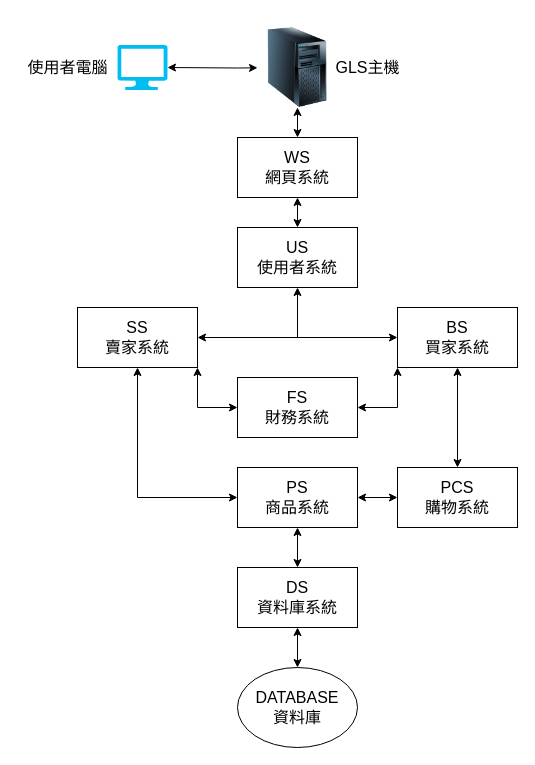
Before: page "System Architecture Diagram" (1 of 3) of DBMS.drawio in 13urgerKing/109-1DBMS, a draw.io diagram. Source tidied: cells renumbered, new cells numbered last; positions are measured from the earlier drawing's top-left corner, leaving out a move shared by most shapes. Both pictures are drawn from the tidied source at 100%, with x=0, y=0 at pixel (17, 27).
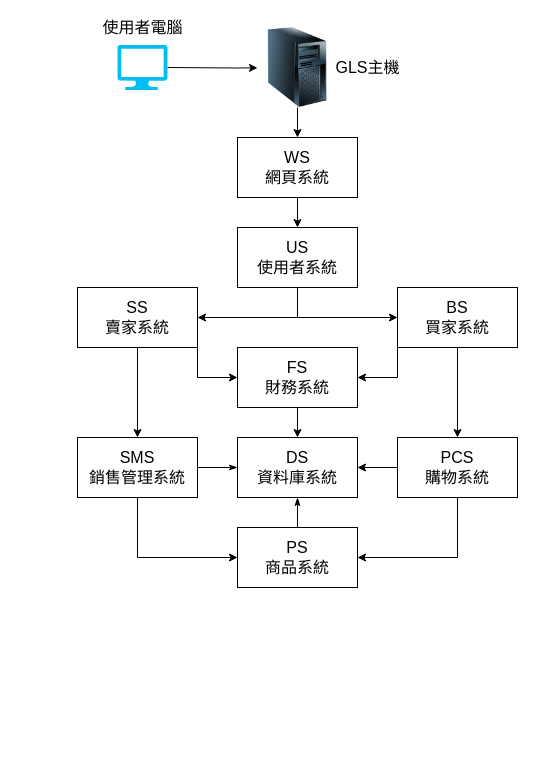
The same diagram, later.

Unchanged cells that the change refers to:
```xml
<mxCell id="3" style="verticalLabelPosition=bottom;html=1;verticalAlign=top;align=center;strokeColor=none;fillColor=#00BEF2;shape=mxgraph.azure.computer;" parent="1" vertex="1">
  <mxGeometry x="100" y="17.5" width="50" height="45" as="geometry" />
</mxCell>
<mxCell id="5" style="image;html=1;image=img/lib/clip_art/computers/Server_Tower_128x128.png;" parent="1" vertex="1">
  <mxGeometry x="240" width="80" height="80" as="geometry" />
</mxCell>
<mxCell id="9" value="US&lt;br&gt;使用者系統" style="rounded=0;whiteSpace=wrap;html=1;fontSize=16;" parent="1" vertex="1">
  <mxGeometry x="220" y="200" width="120" height="60" as="geometry" />
</mxCell>
<mxCell id="17" value="WS&lt;br&gt;網頁系統" style="rounded=0;whiteSpace=wrap;html=1;fontSize=16;" parent="1" vertex="1">
  <mxGeometry x="220" y="110" width="120" height="60" as="geometry" />
</mxCell>
```

Diff of the diagram source:
```diff
@@
-    <mxCell id="2" style="edgeStyle=none;rounded=0;jettySize=auto;html=1;exitX=1;exitY=0.5;exitDx=0;exitDy=0;exitPerimeter=0;fontSize=16;endArrow=classic;endFill=1;startArrow=classic;startFill=1;" parent="1" edge="1" source="3" target="5">
+    <mxCell id="2" style="edgeStyle=none;rounded=0;jettySize=auto;html=1;exitX=1;exitY=0.5;exitDx=0;exitDy=0;exitPerimeter=0;fontSize=16;endArrow=classic;endFill=1;startArrow=none;startFill=0;" parent="1" edge="1" source="3" target="5">
       <mxGeometry relative="1" as="geometry">
         <Array as="points">
           <mxPoint x="220" y="40.5" />
         </Array>
       </mxGeometry>
     </mxCell>
@@
-    <mxCell id="4" style="edgeStyle=none;rounded=0;jettySize=auto;html=1;exitX=0.5;exitY=1;exitDx=0;exitDy=0;entryX=0.5;entryY=0;entryDx=0;entryDy=0;startArrow=classic;startFill=1;endArrow=classic;endFill=1;fontSize=16;" parent="1" edge="1" source="5" target="17">
+    <mxCell id="4" style="edgeStyle=none;rounded=0;jettySize=auto;html=1;exitX=0.5;exitY=1;exitDx=0;exitDy=0;entryX=0.5;entryY=0;entryDx=0;entryDy=0;startArrow=none;startFill=0;endArrow=classic;endFill=1;fontSize=16;" parent="1" edge="1" source="5" target="17">
       <mxGeometry relative="1" as="geometry" />
     </mxCell>
@@
     <mxCell id="6" value="使用者電腦" style="text;html=1;align=center;verticalAlign=middle;fillColor=none;strokeColor=none;rounded=0;fontSize=16;" parent="1" vertex="1">
-      <mxGeometry y="30" width="100" height="20" as="geometry" />
+      <mxGeometry x="75" y="-10" width="100" height="20" as="geometry" />
     </mxCell>
@@
-    <mxCell id="8" style="edgeStyle=none;rounded=0;jettySize=auto;html=1;exitX=0.5;exitY=1;exitDx=0;exitDy=0;startArrow=classic;startFill=1;endArrow=none;endFill=0;" parent="1" edge="1" source="9">
-      <mxGeometry relative="1" as="geometry">
-        <mxPoint x="280" y="310" as="targetPoint" />
-      </mxGeometry>
-    </mxCell>
+    <mxCell id="27" style="edgeStyle=orthogonalEdgeStyle;rounded=0;jettySize=auto;html=1;exitX=0.5;exitY=1;exitDx=0;exitDy=0;startArrow=none;startFill=0;endArrow=none;endFill=0;" parent="1" edge="1" source="9">
+      <mxGeometry relative="1" as="geometry">
+        <mxPoint x="280" y="290" as="targetPoint" />
+      </mxGeometry>
+    </mxCell>
@@
-    <mxCell id="10" style="edgeStyle=none;rounded=0;jettySize=auto;html=1;exitX=0.5;exitY=1;exitDx=0;exitDy=0;entryX=0.5;entryY=0;entryDx=0;entryDy=0;startArrow=classic;startFill=1;endArrow=classic;endFill=1;fontSize=16;" parent="1" edge="1" source="11" target="12">
-      <mxGeometry relative="1" as="geometry" />
-    </mxCell>
     <mxCell id="11" value="DS&lt;br&gt;資料庫系統" style="rounded=0;whiteSpace=wrap;html=1;fontSize=16;" parent="1" vertex="1">
-      <mxGeometry x="220" y="540" width="120" height="60" as="geometry" />
+      <mxGeometry x="220" y="410" width="120" height="60" as="geometry" />
     </mxCell>
-    <mxCell id="12" value="DATABASE&lt;br&gt;資料庫" style="ellipse;whiteSpace=wrap;html=1;fontSize=16;" parent="1" vertex="1">
-      <mxGeometry x="220" y="640" width="120" height="80" as="geometry" />
-    </mxCell>
-    <mxCell id="13" style="edgeStyle=none;rounded=0;jettySize=auto;html=1;exitX=0.5;exitY=1;exitDx=0;exitDy=0;entryX=0.5;entryY=0;entryDx=0;entryDy=0;startArrow=classic;startFill=1;endArrow=classic;endFill=1;fontSize=16;" parent="1" edge="1" source="15" target="26">
+    <mxCell id="13" style="edgeStyle=none;rounded=0;jettySize=auto;html=1;exitX=0.5;exitY=1;exitDx=0;exitDy=0;entryX=0.5;entryY=0;entryDx=0;entryDy=0;startArrow=none;startFill=0;endArrow=classic;endFill=1;fontSize=16;" parent="1" edge="1" source="15" target="26">
       <mxGeometry relative="1" as="geometry" />
     </mxCell>
-    <mxCell id="14" style="edgeStyle=none;rounded=0;jettySize=auto;html=1;exitX=0;exitY=1;exitDx=0;exitDy=0;entryX=1;entryY=0.5;entryDx=0;entryDy=0;startArrow=classic;startFill=1;endArrow=classic;endFill=1;" parent="1" edge="1" source="15" target="22">
+    <mxCell id="14" style="edgeStyle=none;rounded=0;jettySize=auto;html=1;exitX=0;exitY=1;exitDx=0;exitDy=0;entryX=1;entryY=0.5;entryDx=0;entryDy=0;startArrow=none;startFill=0;endArrow=classic;endFill=1;" parent="1" edge="1" source="15" target="22">
       <mxGeometry relative="1" as="geometry">
         <Array as="points">
-          <mxPoint x="380" y="380" />
+          <mxPoint x="380" y="350" />
         </Array>
       </mxGeometry>
     </mxCell>
     <mxCell id="15" value="BS&lt;br&gt;買家系統" style="rounded=0;whiteSpace=wrap;html=1;fontSize=16;" parent="1" vertex="1">
-      <mxGeometry x="380" y="280" width="120" height="60" as="geometry" />
+      <mxGeometry x="380" y="260" width="120" height="60" as="geometry" />
     </mxCell>
-    <mxCell id="16" style="edgeStyle=none;rounded=0;jettySize=auto;html=1;exitX=0.5;exitY=1;exitDx=0;exitDy=0;entryX=0.5;entryY=0;entryDx=0;entryDy=0;startArrow=classic;startFill=1;endArrow=classic;endFill=1;fontSize=16;" parent="1" edge="1" source="17" target="9">
+    <mxCell id="16" style="edgeStyle=none;rounded=0;jettySize=auto;html=1;exitX=0.5;exitY=1;exitDx=0;exitDy=0;entryX=0.5;entryY=0;entryDx=0;entryDy=0;startArrow=none;startFill=0;endArrow=classic;endFill=1;fontSize=16;" parent="1" edge="1" source="17" target="9">
       <mxGeometry relative="1" as="geometry" />
     </mxCell>
@@
-    <mxCell id="18" style="edgeStyle=none;rounded=0;jettySize=auto;html=1;exitX=0.5;exitY=1;exitDx=0;exitDy=0;startArrow=classic;startFill=1;endArrow=classic;endFill=1;fontSize=16;" parent="1" edge="1" source="21" target="24">
-      <mxGeometry relative="1" as="geometry">
-        <Array as="points">
-          <mxPoint x="120" y="470" />
-        </Array>
-      </mxGeometry>
-    </mxCell>
@@
-    <mxCell id="20" style="edgeStyle=none;rounded=0;jettySize=auto;html=1;exitX=1;exitY=1;exitDx=0;exitDy=0;entryX=0;entryY=0.5;entryDx=0;entryDy=0;startArrow=classic;startFill=1;endArrow=classic;endFill=1;" parent="1" edge="1" source="21" target="22">
+    <mxCell id="20" style="edgeStyle=none;rounded=0;jettySize=auto;html=1;exitX=1;exitY=1;exitDx=0;exitDy=0;entryX=0;entryY=0.5;entryDx=0;entryDy=0;startArrow=none;startFill=0;endArrow=classic;endFill=1;" parent="1" edge="1" source="21" target="22">
       <mxGeometry relative="1" as="geometry">
         <Array as="points">
-          <mxPoint x="180" y="380" />
+          <mxPoint x="180" y="350" />
         </Array>
       </mxGeometry>
     </mxCell>
+    <mxCell id="28" style="edgeStyle=orthogonalEdgeStyle;rounded=0;jettySize=auto;html=1;exitX=0.5;exitY=1;exitDx=0;exitDy=0;startArrow=none;startFill=0;" parent="1" edge="1" source="21" target="33">
+      <mxGeometry relative="1" as="geometry" />
+    </mxCell>
     <mxCell id="21" value="SS&lt;br&gt;賣家系統" style="rounded=0;whiteSpace=wrap;html=1;fontSize=16;" parent="1" vertex="1">
-      <mxGeometry x="60" y="280" width="120" height="60" as="geometry" />
+      <mxGeometry x="60" y="260" width="120" height="60" as="geometry" />
     </mxCell>
+    <mxCell id="29" style="edgeStyle=orthogonalEdgeStyle;rounded=0;jettySize=auto;html=1;exitX=0.5;exitY=1;exitDx=0;exitDy=0;entryX=0.5;entryY=0;entryDx=0;entryDy=0;startArrow=none;startFill=0;endArrow=classic;endFill=1;" parent="1" edge="1" source="22" target="11">
+      <mxGeometry relative="1" as="geometry" />
+    </mxCell>
     <mxCell id="22" value="FS&lt;br&gt;財務系統" style="rounded=0;whiteSpace=wrap;html=1;fontSize=16;" parent="1" vertex="1">
-      <mxGeometry x="220" y="350" width="120" height="60" as="geometry" />
+      <mxGeometry x="220" y="320" width="120" height="60" as="geometry" />
     </mxCell>
-    <mxCell id="23" style="edgeStyle=none;rounded=0;jettySize=auto;html=1;exitX=0.5;exitY=1;exitDx=0;exitDy=0;entryX=0.5;entryY=0;entryDx=0;entryDy=0;startArrow=classic;startFill=1;endArrow=classic;endFill=1;fontSize=16;" parent="1" edge="1" source="24" target="11">
+    <mxCell id="23" style="edgeStyle=orthogonalEdgeStyle;rounded=0;jettySize=auto;html=1;exitX=0.5;exitY=0;exitDx=0;exitDy=0;entryX=0.5;entryY=1;entryDx=0;entryDy=0;startArrow=none;startFill=0;endArrow=classicThin;endFill=1;" parent="1" edge="1" source="24" target="11">
       <mxGeometry relative="1" as="geometry" />
     </mxCell>
     <mxCell id="24" value="PS&lt;br&gt;商品系統" style="rounded=0;whiteSpace=wrap;html=1;fontSize=16;" parent="1" vertex="1">
-      <mxGeometry x="220" y="440" width="120" height="60" as="geometry" />
+      <mxGeometry x="220" y="500" width="120" height="60" as="geometry" />
     </mxCell>
-    <mxCell id="25" style="edgeStyle=none;rounded=0;jettySize=auto;html=1;exitX=0;exitY=0.5;exitDx=0;exitDy=0;entryX=1;entryY=0.5;entryDx=0;entryDy=0;startArrow=classic;startFill=1;endArrow=classic;endFill=1;fontSize=16;" parent="1" edge="1" source="26" target="24">
+    <mxCell id="25" style="edgeStyle=orthogonalEdgeStyle;rounded=0;jettySize=auto;html=1;exitX=0.5;exitY=1;exitDx=0;exitDy=0;entryX=1;entryY=0.5;entryDx=0;entryDy=0;startArrow=none;startFill=0;" parent="1" edge="1" source="26" target="24">
       <mxGeometry relative="1" as="geometry" />
     </mxCell>
+    <mxCell id="30" style="edgeStyle=orthogonalEdgeStyle;rounded=0;jettySize=auto;html=1;exitX=0;exitY=0.5;exitDx=0;exitDy=0;entryX=1;entryY=0.5;entryDx=0;entryDy=0;startArrow=none;startFill=0;endArrow=classic;endFill=1;" parent="1" edge="1" source="26" target="11">
+      <mxGeometry relative="1" as="geometry" />
+    </mxCell>
     <mxCell id="26" value="PCS&lt;br&gt;購物系統" style="rounded=0;whiteSpace=wrap;html=1;fontSize=16;" parent="1" vertex="1">
-      <mxGeometry x="380" y="440" width="120" height="60" as="geometry" />
+      <mxGeometry x="380" y="410" width="120" height="60" as="geometry" />
     </mxCell>
+    <mxCell id="31" style="edgeStyle=orthogonalEdgeStyle;rounded=0;jettySize=auto;html=1;exitX=0.5;exitY=1;exitDx=0;exitDy=0;entryX=0;entryY=0.5;entryDx=0;entryDy=0;startArrow=none;startFill=0;" parent="1" edge="1" source="33" target="24">
+      <mxGeometry relative="1" as="geometry" />
+    </mxCell>
+    <mxCell id="32" style="edgeStyle=orthogonalEdgeStyle;rounded=0;jettySize=auto;html=1;entryX=0;entryY=0.5;entryDx=0;entryDy=0;startArrow=none;startFill=0;endArrow=classicThin;endFill=1;" parent="1" edge="1" source="33" target="11">
+      <mxGeometry relative="1" as="geometry" />
+    </mxCell>
+    <mxCell id="33" value="SMS&lt;br&gt;銷售管理系統" style="rounded=0;whiteSpace=wrap;html=1;fontSize=16;" parent="1" vertex="1">
+      <mxGeometry x="60" y="410" width="120" height="60" as="geometry" />
+    </mxCell>
```
